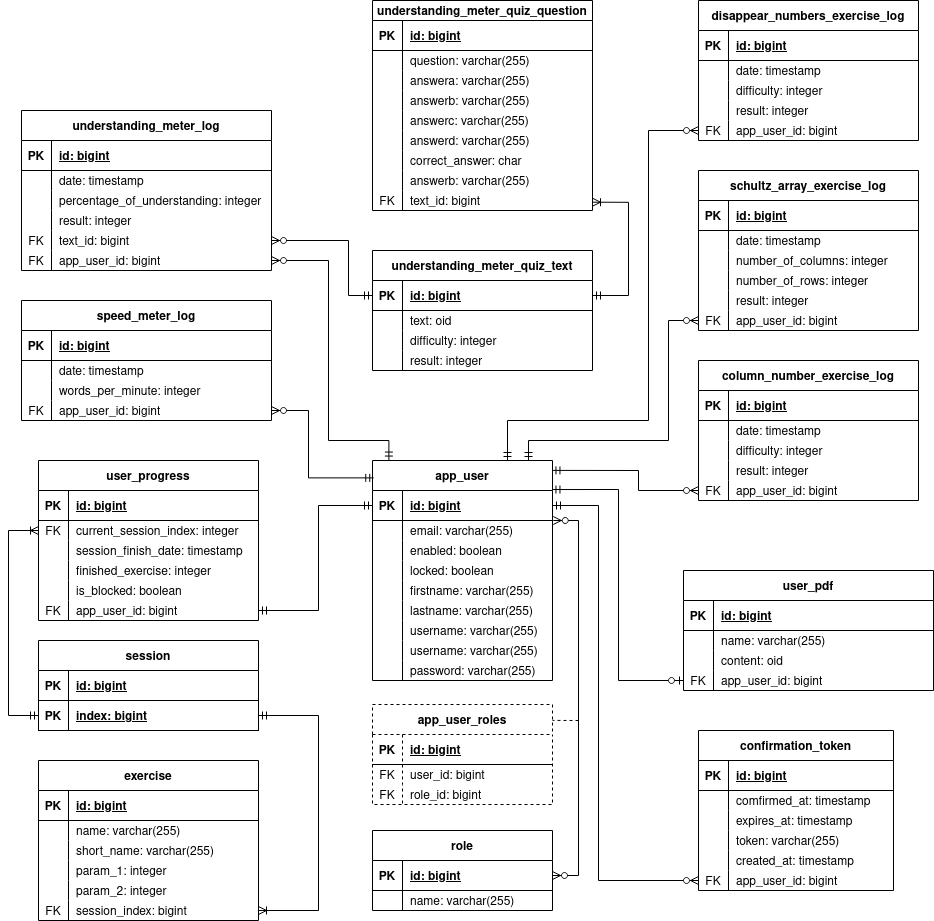
tomdud-developer/speed-reading-app keeps this draw.io diagram as assets/database_erd_diagram.png. Above is the earlier version. Source tidied: cells renumbered, new cells last; positions are measured from the earlier drawing's top-left corner, leaving out a move shared by most shapes.
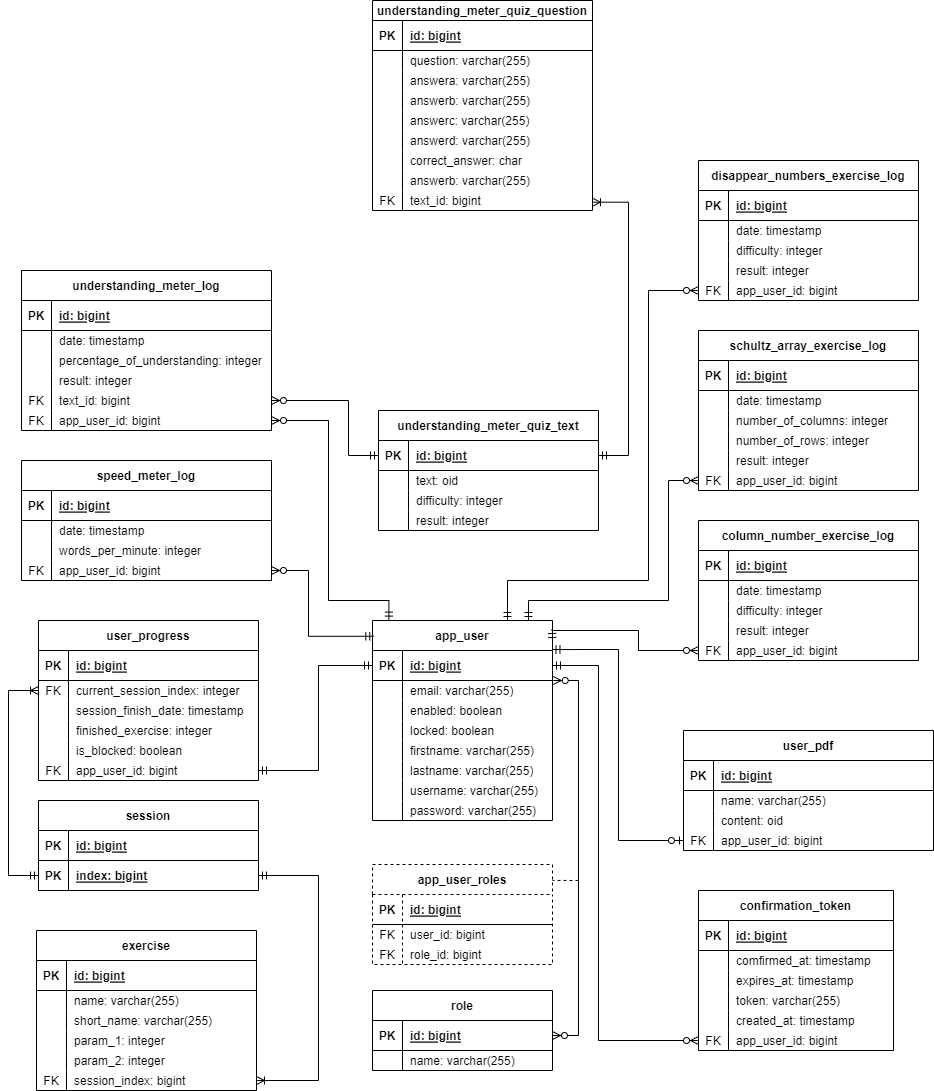
After the change.

Diff of the diagram source:
```diff
@@ -3,7 +3,7 @@
     <mxCell id="0" />
     <mxCell id="1" parent="0" />
     <mxCell id="2" value="app_user" style="shape=table;startSize=30;rowLines=0;fontStyle=1;align=center;" parent="1" vertex="1">
-      <mxGeometry x="444" y="460" width="180" height="220" as="geometry" />
+      <mxGeometry x="444" y="460" width="180" height="200" as="geometry" />
     </mxCell>
     <mxCell id="3" style="shape=tableRow;horizontal=0;startSize=0;swimlaneHead=0;swimlaneBody=0;fillColor=none;points=[[0,0.5],[1,0.5]];portConstraint=eastwest;top=0;left=0;right=0;bottom=1;" parent="2" vertex="1">
       <mxGeometry y="30" width="180" height="30" as="geometry" />
@@ -59,17 +59,8 @@
     <mxCell id="20" value="lastname: varchar(255)" style="shape=partialRectangle;fillColor=none;top=0;left=0;bottom=0;right=0;align=left;spacingLeft=6;overflow=hidden;" parent="18" vertex="1">
       <mxGeometry x="30" width="150" height="20" as="geometry" />
     </mxCell>
-    <mxCell id="21" style="shape=tableRow;horizontal=0;startSize=0;swimlaneHead=0;swimlaneBody=0;fillColor=none;top=0;left=0;right=0;bottom=0;" parent="2" vertex="1">
-      <mxGeometry y="160" width="180" height="20" as="geometry" />
-    </mxCell>
-    <mxCell id="22" style="shape=partialRectangle;fillColor=none;top=0;left=0;bottom=0;right=0;overflow=hidden;" parent="21" vertex="1">
-      <mxGeometry width="30" height="20" as="geometry" />
-    </mxCell>
-    <mxCell id="23" value="username: varchar(255)" style="shape=partialRectangle;fillColor=none;top=0;left=0;bottom=0;right=0;align=left;spacingLeft=6;overflow=hidden;" parent="21" vertex="1">
-      <mxGeometry x="30" width="150" height="20" as="geometry" />
-    </mxCell>
     <mxCell id="24" style="shape=tableRow;horizontal=0;startSize=0;swimlaneHead=0;swimlaneBody=0;fillColor=none;top=0;left=0;right=0;bottom=0;" parent="2" vertex="1">
-      <mxGeometry y="180" width="180" height="20" as="geometry" />
+      <mxGeometry y="160" width="180" height="20" as="geometry" />
     </mxCell>
     <mxCell id="25" style="shape=partialRectangle;fillColor=none;top=0;left=0;bottom=0;right=0;overflow=hidden;" parent="24" vertex="1">
       <mxGeometry width="30" height="20" as="geometry" />
@@ -78,7 +69,7 @@
       <mxGeometry x="30" width="150" height="20" as="geometry" />
     </mxCell>
     <mxCell id="27" style="shape=tableRow;horizontal=0;startSize=0;swimlaneHead=0;swimlaneBody=0;fillColor=none;top=0;left=0;right=0;bottom=0;" parent="2" vertex="1">
-      <mxGeometry y="200" width="180" height="20" as="geometry" />
+      <mxGeometry y="180" width="180" height="20" as="geometry" />
     </mxCell>
     <mxCell id="28" style="shape=partialRectangle;fillColor=none;top=0;left=0;bottom=0;right=0;overflow=hidden;" parent="27" vertex="1">
       <mxGeometry width="30" height="20" as="geometry" />
@@ -510,7 +501,7 @@
       <mxGeometry x="30" width="220" height="20" as="geometry" />
     </mxCell>
     <mxCell id="171" value="understanding_meter_quiz_text" style="shape=table;startSize=30;rowLines=0;fontStyle=1;align=center;" parent="1" vertex="1">
-      <mxGeometry x="444" y="250" width="220" height="120" as="geometry" />
+      <mxGeometry x="450" y="250" width="220" height="120" as="geometry" />
     </mxCell>
     <mxCell id="172" style="shape=tableRow;horizontal=0;startSize=0;swimlaneHead=0;swimlaneBody=0;fillColor=none;points=[[0,0.5],[1,0.5]];portConstraint=eastwest;top=0;left=0;right=0;bottom=1;" parent="171" vertex="1">
       <mxGeometry y="30" width="220" height="30" as="geometry" />
@@ -549,7 +540,7 @@
       <mxGeometry x="30" width="190" height="20" as="geometry" />
     </mxCell>
     <mxCell id="184" value="understanding_meter_quiz_question" style="shape=table;startSize=20;rowLines=0;fontStyle=1;align=center;" parent="1" vertex="1">
-      <mxGeometry x="444" width="220" height="210" as="geometry" />
+      <mxGeometry x="444" y="-160" width="220" height="210" as="geometry" />
     </mxCell>
     <mxCell id="185" style="shape=tableRow;horizontal=0;startSize=0;swimlaneHead=0;swimlaneBody=0;fillColor=none;top=0;left=0;right=0;bottom=1;" parent="184" vertex="1">
       <mxGeometry y="20" width="220" height="30" as="geometry" />
@@ -633,7 +624,7 @@
       <mxGeometry x="30" width="190" height="20" as="geometry" />
     </mxCell>
     <mxCell id="212" value="exercise" style="shape=table;startSize=30;rowLines=0;fontStyle=1;align=center;" parent="1" vertex="1">
-      <mxGeometry x="110" y="760" width="220" height="160" as="geometry" />
+      <mxGeometry x="108" y="770" width="220" height="160" as="geometry" />
     </mxCell>
     <mxCell id="213" style="shape=tableRow;horizontal=0;startSize=0;swimlaneHead=0;swimlaneBody=0;fillColor=none;top=0;left=0;right=0;bottom=1;" parent="212" vertex="1">
       <mxGeometry y="30" width="220" height="30" as="geometry" />
@@ -765,7 +756,7 @@
       <mxGeometry relative="1" as="geometry">
         <Array as="points">
           <mxPoint x="700" y="295" />
-          <mxPoint x="700" y="202" />
+          <mxPoint x="700" y="42" />
         </Array>
       </mxGeometry>
     </mxCell>
```
